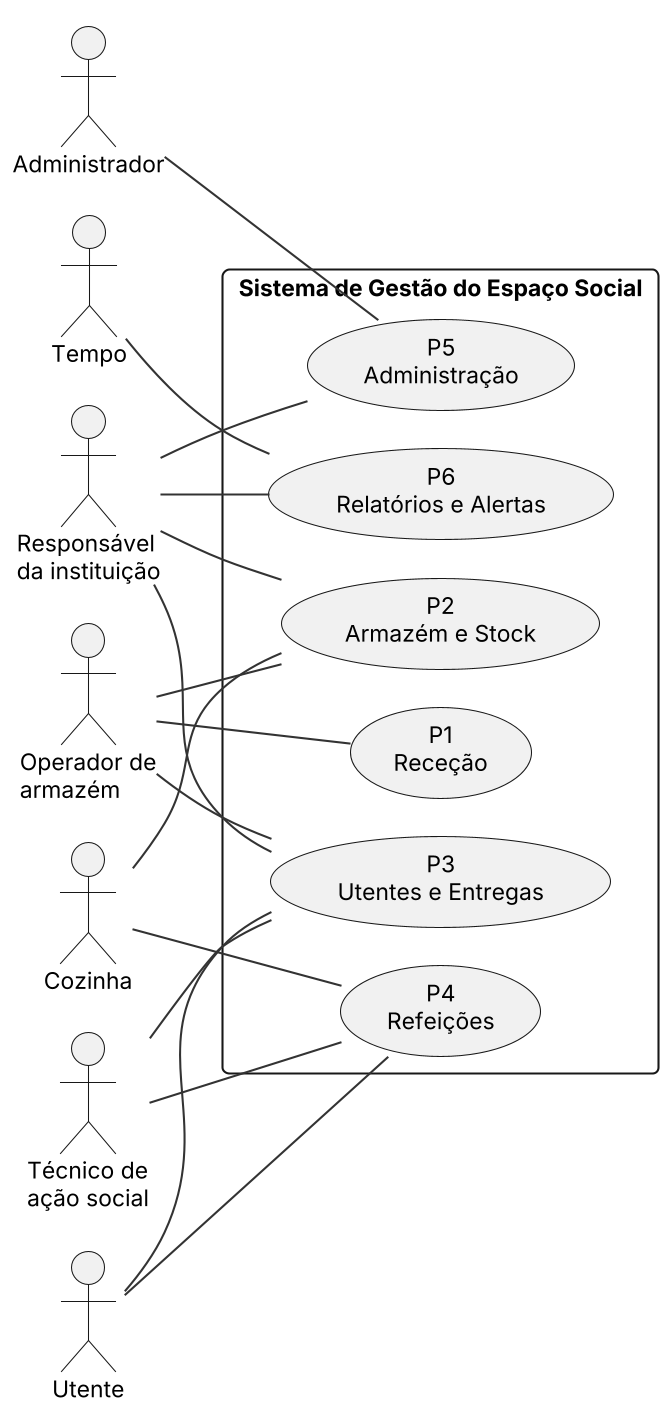
Above: Docs/diagramas/uc_geral.png in Miguel31028/GASC (PlantUML), before the change. Its diagram source:
```plantuml
@startuml
!include _estilo.iuml
left to right direction
actor "Administrador" as ADM
actor "Responsável\nda instituição" as RESP
actor "Técnico de\nação social" as TEC
actor "Operador de\narmazém" as OP
actor "Cozinha" as COZ
actor "Utente" as UT
actor "Tempo" as TMP
rectangle "Sistema de Gestão do Espaço Social" {
  usecase "P1\nReceção" as P1
  usecase "P2\nArmazém e Stock" as P2
  usecase "P3\nUtentes e Entregas" as P3
  usecase "P4\nRefeições" as P4
  usecase "P5\nAdministração" as P5
  usecase "P6\nRelatórios e Alertas" as P6
}
OP -- P1
OP -- P2
OP -- P3
RESP -- P2
RESP -- P3
RESP -- P5
RESP -- P6
TEC -- P3
TEC -- P4
COZ -- P4
COZ -- P2
UT -- P3
UT -- P4
ADM -- P5
TMP -- P6
@enduml
```
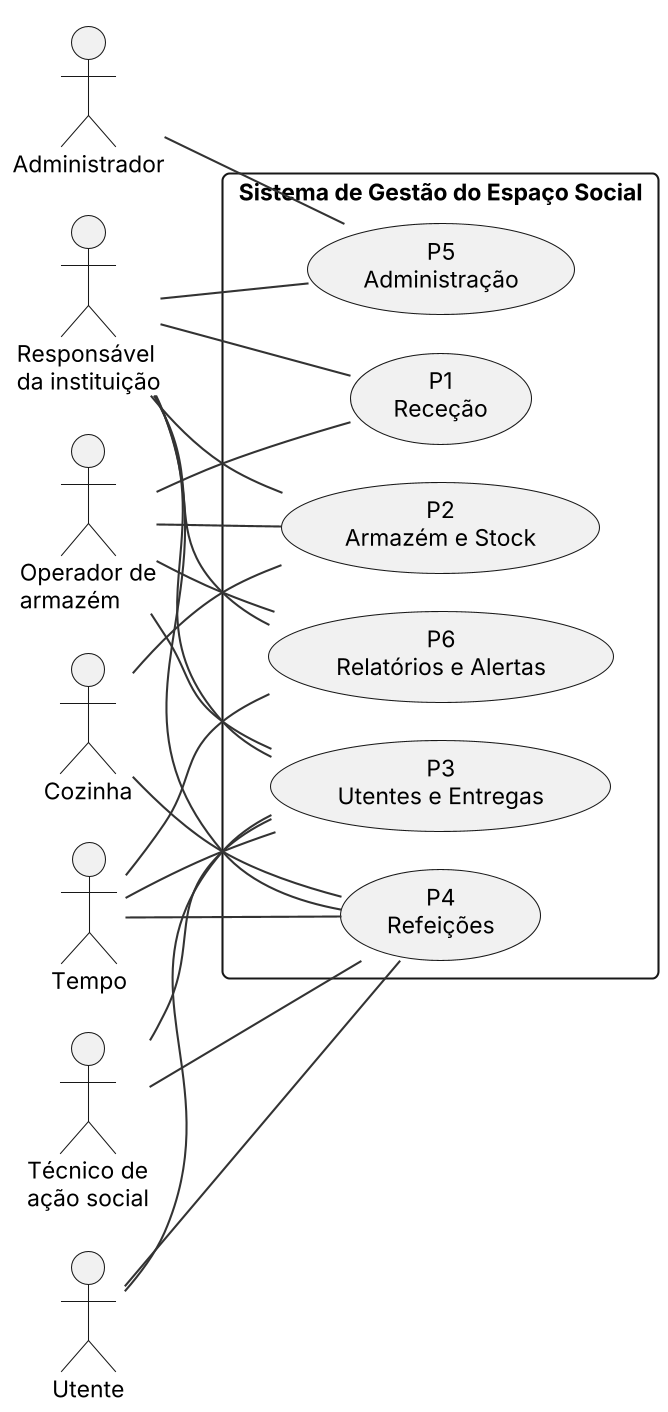
The same file after the commit.

What changed in the source:
```diff
@@ -19,6 +19,9 @@
 OP -- P1
 OP -- P2
 OP -- P3
+OP -- P6
+RESP -- P1
+RESP -- P4
 RESP -- P2
 RESP -- P3
 RESP -- P5
@@ -31,4 +34,6 @@
 UT -- P4
 ADM -- P5
 TMP -- P6
+TMP -- P3
+TMP -- P4
 @enduml
```
